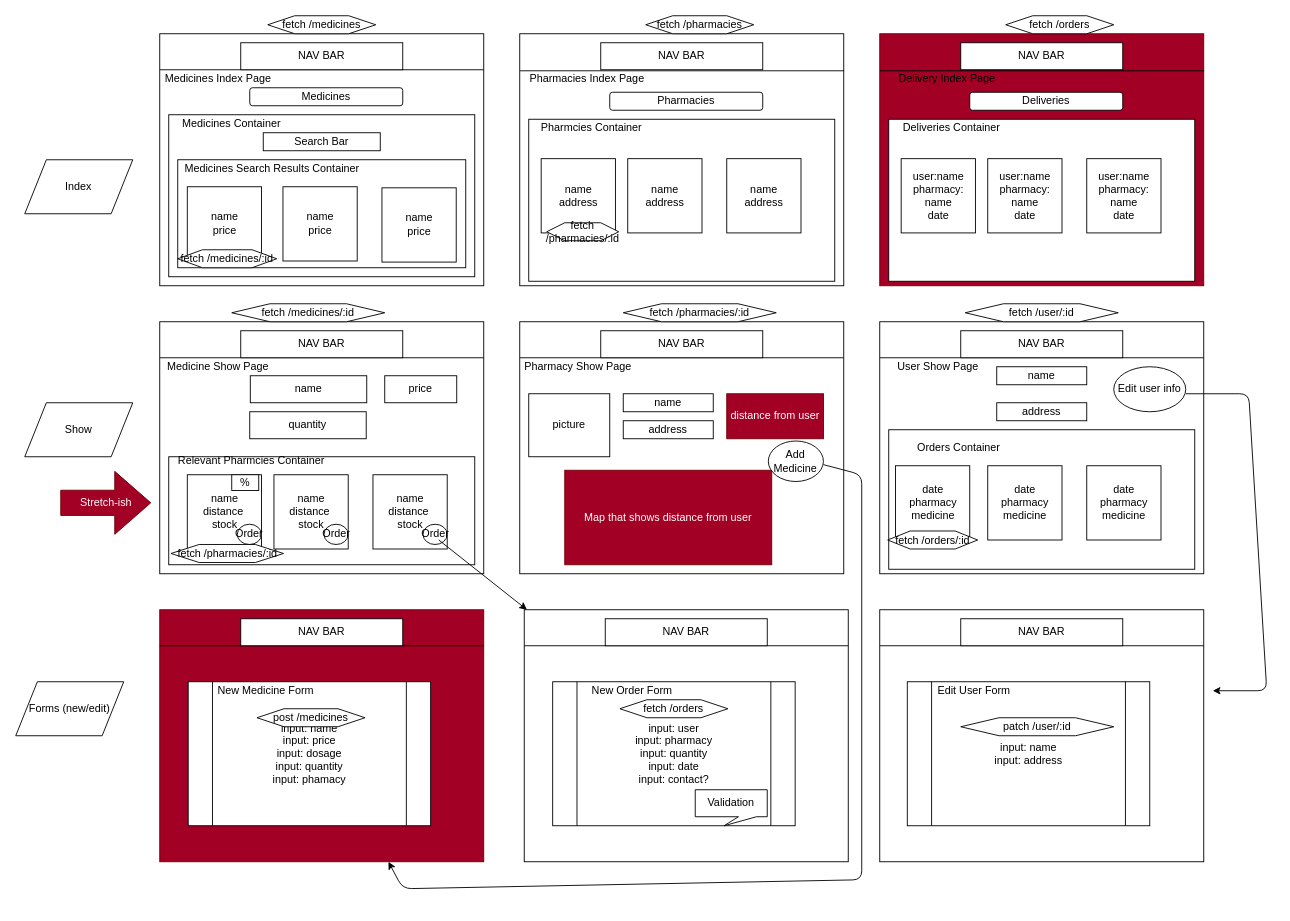
This is wireframe.drawio from gbenga/mod5-project, a draw.io file, before an edit. Source tidied: cells renumbered, new cells numbered last; positions are measured from the earlier drawing's top-left corner, leaving out a move shared by most shapes. Both pictures are drawn from the tidied source at 90%, with x=0, y=0 at pixel (15, 15).
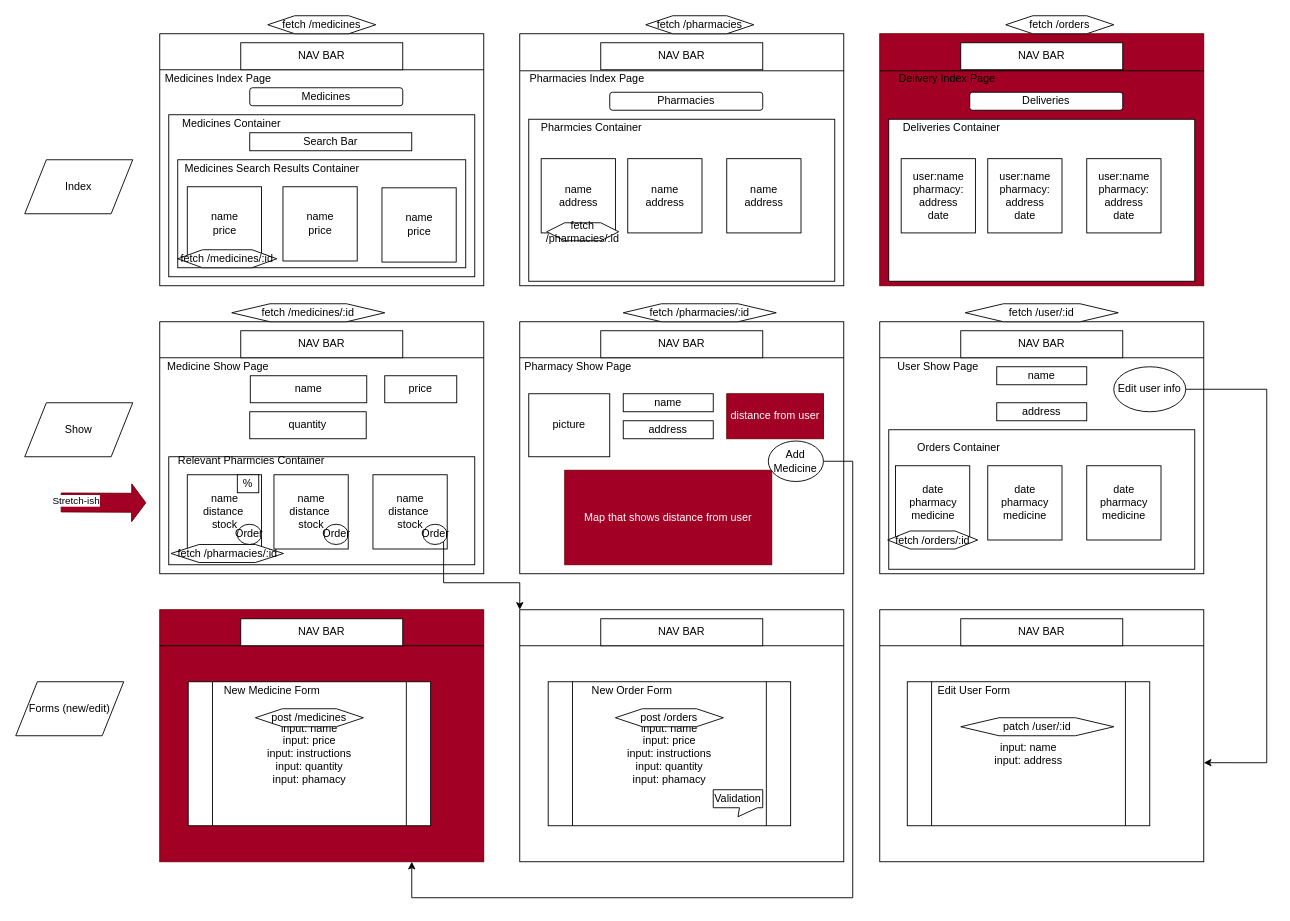
After the change.

Unchanged cells that the change refers to:
```xml
<mxCell id="2" style="rounded=0;whiteSpace=wrap;html=1;" parent="1" vertex="1">
  <mxGeometry x="960" y="660" width="360" height="280" as="geometry" />
</mxCell>
<mxCell id="10" style="rounded=0;whiteSpace=wrap;html=1;fillColor=#a20025;strokeColor=#6F0000;fontColor=#ffffff;" parent="1" vertex="1">
  <mxGeometry x="160" y="660" width="360" height="280" as="geometry" />
</mxCell>
<mxCell id="69" value="Order" style="ellipse;whiteSpace=wrap;html=1;" parent="1" vertex="1">
  <mxGeometry x="452.5" y="565" width="26.9" height="22.5" as="geometry" />
</mxCell>
<mxCell id="85" value="Edit user info" style="ellipse;whiteSpace=wrap;html=1;" parent="1" vertex="1">
  <mxGeometry x="1220" y="390" width="80" height="50" as="geometry" />
</mxCell>
<mxCell id="89" value="Add Medicine" style="ellipse;whiteSpace=wrap;html=1;" parent="1" vertex="1">
  <mxGeometry x="836.2" y="472.5" width="61.2" height="45" as="geometry" />
</mxCell>
```

What changed in the source:
```diff
@@
-    <mxCell id="55" value="user:name&lt;br&gt;pharmacy: name&lt;br&gt;date" style="whiteSpace=wrap;html=1;" parent="1" vertex="1">
+    <mxCell id="55" value="user:name&lt;br&gt;pharmacy: address&lt;br&gt;date" style="whiteSpace=wrap;html=1;" parent="1" vertex="1">
       <mxGeometry x="983.8" y="158.8" width="82.5" height="82.5" as="geometry" />
     </mxCell>
@@
-    <mxCell id="57" value="user:name&lt;br&gt;pharmacy: name&lt;br&gt;date" style="whiteSpace=wrap;html=1;" parent="1" vertex="1">
+    <mxCell id="57" value="user:name&lt;br&gt;pharmacy: address&lt;br&gt;date" style="whiteSpace=wrap;html=1;" parent="1" vertex="1">
       <mxGeometry x="1080" y="158.8" width="82.5" height="82.5" as="geometry" />
     </mxCell>
-    <mxCell id="58" value="user:name&lt;br&gt;pharmacy: name&lt;br&gt;date" style="whiteSpace=wrap;html=1;" parent="1" vertex="1">
+    <mxCell id="58" value="user:name&lt;br&gt;pharmacy: address&lt;br&gt;date" style="whiteSpace=wrap;html=1;" parent="1" vertex="1">
       <mxGeometry x="1190" y="158.8" width="82.5" height="82.5" as="geometry" />
     </mxCell>
@@
+    <mxCell id="110" style="edgeStyle=orthogonalEdgeStyle;rounded=0;jettySize=auto;html=1;exitX=1;exitY=1;exitDx=0;exitDy=0;entryX=0;entryY=0;entryDx=0;entryDy=0;" parent="1" edge="1" source="69" target="113">
+      <mxGeometry relative="1" as="geometry">
+        <Array as="points">
+          <mxPoint x="475" y="630" />
+          <mxPoint x="560" y="630" />
+        </Array>
+      </mxGeometry>
+    </mxCell>
@@
+    <mxCell id="111" style="edgeStyle=orthogonalEdgeStyle;rounded=0;jettySize=auto;html=1;exitX=1;exitY=0.5;exitDx=0;exitDy=0;entryX=1;entryY=0.607;entryDx=0;entryDy=0;entryPerimeter=0;" parent="1" edge="1" source="85" target="2">
+      <mxGeometry relative="1" as="geometry">
+        <Array as="points">
+          <mxPoint x="1390" y="415" />
+          <mxPoint x="1390" y="830" />
+        </Array>
+      </mxGeometry>
+    </mxCell>
@@
+    <mxCell id="112" style="edgeStyle=orthogonalEdgeStyle;rounded=0;jettySize=auto;html=1;exitX=1;exitY=0.5;exitDx=0;exitDy=0;" parent="1" edge="1" source="89" target="10">
+      <mxGeometry relative="1" as="geometry">
+        <Array as="points">
+          <mxPoint x="930" y="495" />
+          <mxPoint x="930" y="980" />
+          <mxPoint x="440" y="980" />
+        </Array>
+      </mxGeometry>
+    </mxCell>
@@
-    <mxCell id="90" value="input: name&lt;br&gt;input: price&lt;br&gt;input: dosage&lt;br&gt;input: quantity&lt;br&gt;input: phamacy" style="shape=process;whiteSpace=wrap;html=1;backgroundOutline=1;" parent="1" vertex="1">
+    <mxCell id="90" value="input: name&lt;br&gt;input: price&lt;br&gt;input: instructions&lt;br&gt;input: quantity&lt;br&gt;input: phamacy" style="shape=process;whiteSpace=wrap;html=1;backgroundOutline=1;" parent="1" vertex="1">
       <mxGeometry x="191.6" y="740" width="269.4" height="160" as="geometry" />
     </mxCell>
     <mxCell id="91" value="post /medicines" style="shape=hexagon;perimeter=hexagonPerimeter2;whiteSpace=wrap;html=1;" parent="1" vertex="1">
-      <mxGeometry x="268.1" y="770" width="120" height="20" as="geometry" />
+      <mxGeometry x="266.3" y="770" width="120" height="20" as="geometry" />
     </mxCell>
@@
-    <mxCell id="96" value="Search Bar" style="rounded=0;whiteSpace=wrap;html=1;" parent="1" vertex="1">
-      <mxGeometry x="275" y="130" width="130" height="20" as="geometry" />
-    </mxCell>
-    <mxCell id="97" style="rounded=0;whiteSpace=wrap;html=1;" parent="1" vertex="1">
-      <mxGeometry x="565" y="660" width="360" height="280" as="geometry" />
-    </mxCell>
-    <mxCell id="98" style="endArrow=none;html=1;exitX=0.001;exitY=0.147;exitDx=0;exitDy=0;exitPerimeter=0;entryX=1.001;entryY=0.147;entryDx=0;entryDy=0;entryPerimeter=0;" parent="1" edge="1">
-      <mxGeometry relative="1" as="geometry">
-        <mxPoint x="565" y="700" as="sourcePoint" />
-        <mxPoint x="925" y="700" as="targetPoint" />
-      </mxGeometry>
-    </mxCell>
+    <mxCell id="109" value="Search Bar" style="rounded=0;whiteSpace=wrap;html=1;" parent="1" vertex="1">
+      <mxGeometry x="260" y="130" width="180" height="20" as="geometry" />
+    </mxCell>
+    <mxCell id="104" value="%" style="rounded=0;whiteSpace=wrap;html=1;" parent="1" vertex="1">
+      <mxGeometry x="246.2" y="510" width="23.8" height="20" as="geometry" />
+    </mxCell>
+    <mxCell id="107" value="New Medicine Form" style="text;html=1;strokeColor=none;fillColor=none;align=center;verticalAlign=middle;whiteSpace=wrap;rounded=0;" parent="1" vertex="1">
+      <mxGeometry x="220" y="740" width="130" height="20" as="geometry" />
+    </mxCell>
+    <mxCell id="113" style="rounded=0;whiteSpace=wrap;html=1;" parent="1" vertex="1">
+      <mxGeometry x="560" y="660" width="360" height="280" as="geometry" />
+    </mxCell>
+    <mxCell id="114" style="endArrow=none;html=1;exitX=0.001;exitY=0.147;exitDx=0;exitDy=0;exitPerimeter=0;entryX=1.001;entryY=0.147;entryDx=0;entryDy=0;entryPerimeter=0;" parent="1" edge="1">
+      <mxGeometry relative="1" as="geometry">
+        <mxPoint x="560" y="700" as="sourcePoint" />
+        <mxPoint x="920" y="700" as="targetPoint" />
+      </mxGeometry>
+    </mxCell>
     <mxCell id="99" value="NAV BAR" style="rounded=0;whiteSpace=wrap;html=1;" parent="1" vertex="1">
-      <mxGeometry x="655" y="670" width="180" height="30" as="geometry" />
+      <mxGeometry x="650" y="670" width="180" height="30" as="geometry" />
     </mxCell>
-    <mxCell id="100" value="input: user&lt;br&gt;input: pharmacy&lt;br&gt;input: quantity&lt;br&gt;input: date&lt;br&gt;input: contact?" style="shape=process;whiteSpace=wrap;html=1;backgroundOutline=1;" parent="1" vertex="1">
-      <mxGeometry x="596.6" y="740" width="269.4" height="160" as="geometry" />
-    </mxCell>
-    <mxCell id="101" value="fetch /orders" style="shape=hexagon;perimeter=hexagonPerimeter2;whiteSpace=wrap;html=1;" parent="1" vertex="1">
-      <mxGeometry x="671.3" y="760" width="120" height="20" as="geometry" />
-    </mxCell>
-    <mxCell id="102" style="endArrow=classic;html=1;" parent="1" edge="1" target="97">
-      <mxGeometry relative="1" as="geometry">
-        <mxPoint x="470" y="582.5" as="sourcePoint" />
-      </mxGeometry>
-    </mxCell>
+    <mxCell id="115" value="input: name&lt;br&gt;input: price&lt;br&gt;input: instructions&lt;br&gt;input: quantity&lt;br&gt;input: phamacy" style="shape=process;whiteSpace=wrap;html=1;backgroundOutline=1;" parent="1" vertex="1">
+      <mxGeometry x="591.6" y="740" width="269.4" height="160" as="geometry" />
+    </mxCell>
+    <mxCell id="116" value="post /orders" style="shape=hexagon;perimeter=hexagonPerimeter2;whiteSpace=wrap;html=1;" parent="1" vertex="1">
+      <mxGeometry x="666.3" y="770" width="120" height="20" as="geometry" />
+    </mxCell>
+    <mxCell id="108" value="New Order Form" style="text;html=1;strokeColor=none;fillColor=none;align=center;verticalAlign=middle;whiteSpace=wrap;rounded=0;" parent="1" vertex="1">
+      <mxGeometry x="620" y="740" width="130" height="20" as="geometry" />
+    </mxCell>
-    <mxCell id="103" value="Validation" style="shape=callout;whiteSpace=wrap;html=1;perimeter=calloutPerimeter;position2=0.4;size=10;position=0.6;" parent="1" vertex="1">
-      <mxGeometry x="755" y="860" width="80" height="40" as="geometry" />
+    <mxCell id="103" value="Validation" style="shape=callout;whiteSpace=wrap;html=1;perimeter=calloutPerimeter;size=10;position=0.53;" parent="1" vertex="1">
+      <mxGeometry x="775" y="860" width="55" height="30" as="geometry" />
     </mxCell>
-    <mxCell id="104" value="%" style="rounded=0;whiteSpace=wrap;html=1;" parent="1" vertex="1">
-      <mxGeometry x="240" y="510" width="30" height="17.5" as="geometry" />
-    </mxCell>
-    <mxCell id="105" style="endArrow=classic;html=1;" parent="1" edge="1" target="10">
-      <mxGeometry relative="1" as="geometry">
-        <mxPoint x="897.5" y="498.8" as="sourcePoint" />
-        <Array as="points">
-          <mxPoint x="940" y="510" />
-          <mxPoint x="940" y="960" />
-          <mxPoint x="430" y="970" />
-        </Array>
-      </mxGeometry>
-    </mxCell>
-    <mxCell id="106" style="endArrow=classic;html=1;" parent="1" edge="1">
-      <mxGeometry relative="1" as="geometry">
-        <mxPoint x="1300" y="420" as="sourcePoint" />
-        <mxPoint x="1330" y="750" as="targetPoint" />
-        <Array as="points">
-          <mxPoint x="1370" y="420" />
-          <mxPoint x="1390" y="750" />
-        </Array>
-      </mxGeometry>
-    </mxCell>
-    <mxCell id="107" value="New Medicine Form" style="text;html=1;strokeColor=none;fillColor=none;align=center;verticalAlign=middle;whiteSpace=wrap;rounded=0;" parent="1" vertex="1">
-      <mxGeometry x="212.5" y="740" width="130" height="20" as="geometry" />
-    </mxCell>
-    <mxCell id="108" value="New Order Form" style="text;html=1;strokeColor=none;fillColor=none;align=center;verticalAlign=middle;whiteSpace=wrap;rounded=0;" parent="1" vertex="1">
-      <mxGeometry x="620" y="740" width="130" height="20" as="geometry" />
-    </mxCell>
-    <mxCell id="109" value="Stretch-ish" style="html=1;shadow=0;dashed=0;align=center;verticalAlign=middle;shape=mxgraph.arrows2.arrow;dy=0.6;dx=40;notch=0;fillColor=#a20025;strokeColor=#6F0000;fontColor=#ffffff;" parent="1" vertex="1">
-      <mxGeometry x="50" y="506.2" width="100" height="70" as="geometry" />
-    </mxCell>
+    <mxCell id="117" style="shape=flexArrow;endArrow=classic;html=1;width=21;endSize=4.9;fillColor=#a20025;strokeColor=#6F0000;" parent="1" edge="1">
+      <mxGeometry relative="1" as="geometry">
+        <mxPoint x="50" y="540.8" as="sourcePoint" />
+        <mxPoint x="145" y="541.2" as="targetPoint" />
+      </mxGeometry>
+    </mxCell>
+    <mxCell id="118" value="Stretch-ish" style="edgeLabel;html=1;align=center;verticalAlign=middle;" parent="117" vertex="1">
+      <mxGeometry x="-0.66" y="2" relative="1" as="geometry" />
+    </mxCell>
```
